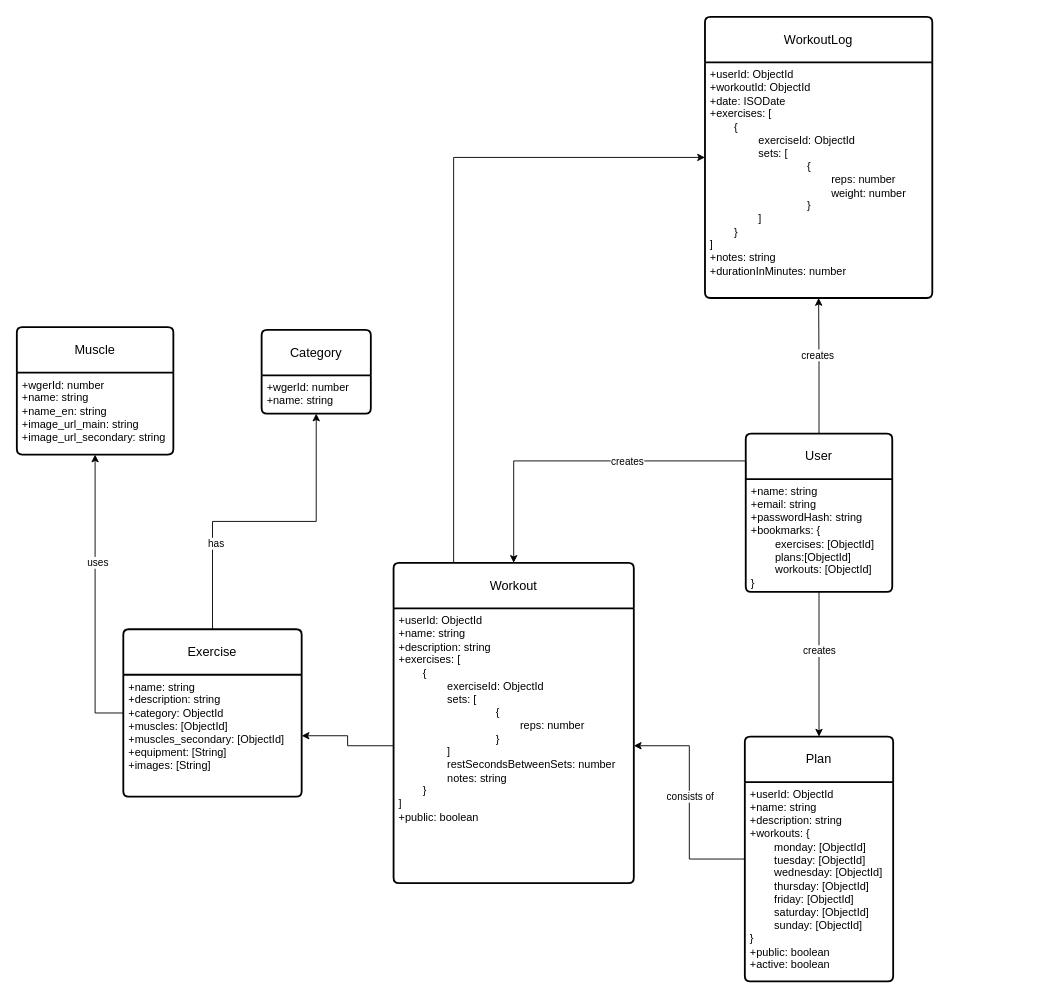
GitteV-2159432/BackendProjectAssignment keeps this draw.io diagram as WorkoutTracker.drawio. Above is the earlier version. Source tidied: cells renumbered, new cells numbered last; positions are measured from the earlier drawing's top-left corner, leaving out a move shared by most shapes. Both pictures are drawn from the tidied source at 91%, with x=0, y=0 at pixel (16, 16).
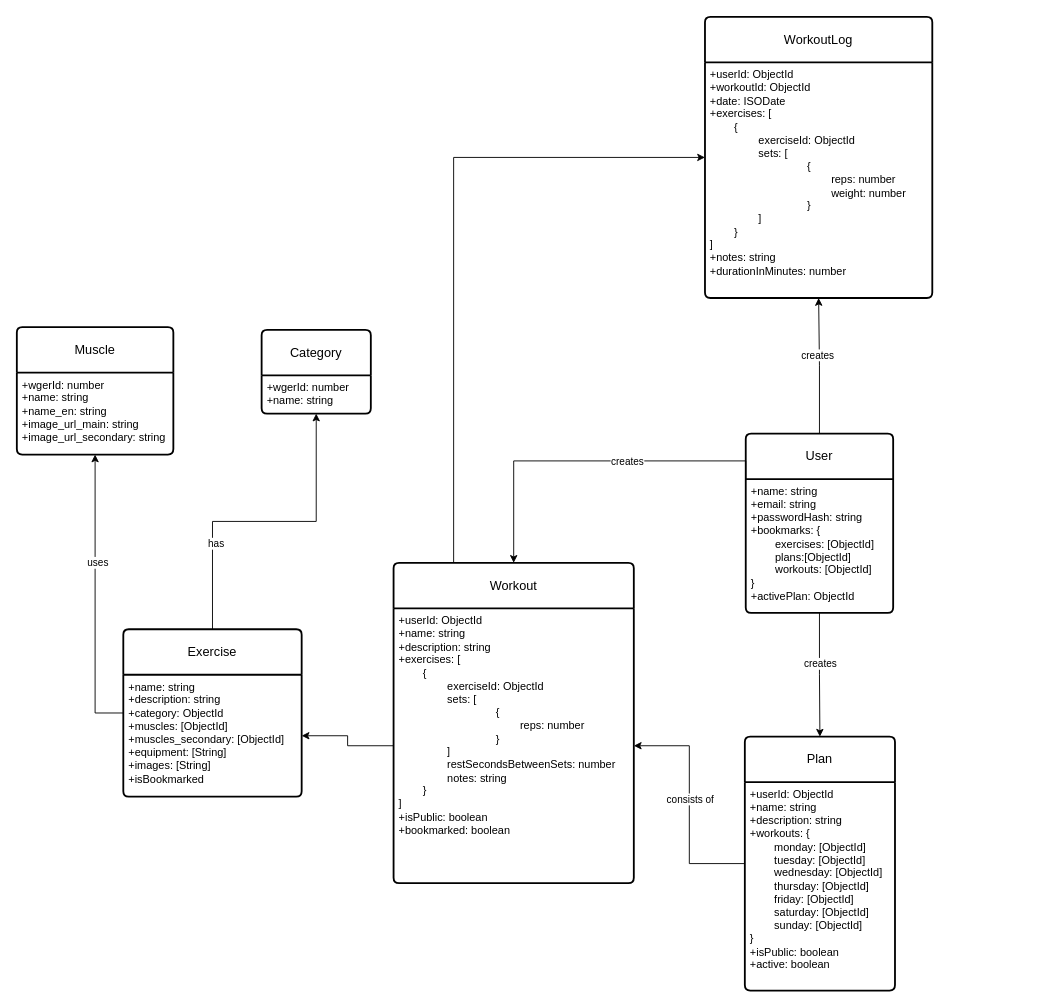
Above is the later version.

Commit message (it also covers changes not shown here):
feat(changes) - changes schema again -updates drawio -updates seed -updates generic-service

Unchanged cells that the change refers to:
```xml
<mxCell id="11" value="Workout" style="swimlane;horizontal=1;startSize=50;rounded=1;fontSize=14;fontStyle=0;strokeWidth=2;shadow=0;dashed=0;align=center;arcSize=4;whiteSpace=wrap;html=1;" parent="1" vertex="1">
  <mxGeometry x="414" y="600" width="264" height="352" as="geometry" />
</mxCell>
<mxCell id="23" value="Exercise" style="swimlane;horizontal=1;startSize=50;rounded=1;fontSize=14;fontStyle=0;strokeWidth=2;shadow=0;dashed=0;align=center;arcSize=4;whiteSpace=wrap;html=1;" parent="1" vertex="1">
  <mxGeometry x="117" y="673" width="196" height="184" as="geometry" />
</mxCell>
```

The edit, as a diff of the source:
```diff
@@
     <mxCell id="4" value="User" style="swimlane;horizontal=1;startSize=50;rounded=1;fontSize=14;fontStyle=0;strokeWidth=2;shadow=0;dashed=0;align=center;arcSize=4;whiteSpace=wrap;html=1;" parent="1" vertex="1">
-      <mxGeometry x="801" y="458" width="161" height="174" as="geometry" />
+      <mxGeometry x="801" y="458" width="162" height="197" as="geometry" />
     </mxCell>
-    <mxCell id="5" value="+name: string&lt;div&gt;+email: string&lt;br&gt;+passwordHash: string&lt;/div&gt;&lt;div&gt;+bookmarks: {&lt;/div&gt;&lt;div&gt;&lt;span style=&quot;white-space: pre;&quot;&gt;&#9;&lt;/span&gt;exercises: [ObjectId]&lt;br&gt;&lt;/div&gt;&lt;div&gt;&lt;span style=&quot;white-space: pre;&quot;&gt;&#9;&lt;/span&gt;plans:[ObjectId]&lt;br&gt;&lt;/div&gt;&lt;div&gt;&lt;span style=&quot;white-space: pre;&quot;&gt;&#9;&lt;/span&gt;workouts: [ObjectId]&lt;br&gt;&lt;/div&gt;&lt;div&gt;}&lt;/div&gt;" style="align=left;strokeColor=none;fillColor=none;spacingLeft=4;fontSize=12;verticalAlign=top;html=1;" parent="4" vertex="1">
-      <mxGeometry y="50" width="161" height="124" as="geometry" />
+    <mxCell id="5" value="+name: string&lt;div&gt;+email: string&lt;br&gt;+passwordHash: string&lt;/div&gt;&lt;div&gt;+bookmarks: {&lt;/div&gt;&lt;div&gt;&lt;span style=&quot;white-space: pre;&quot;&gt;&#9;&lt;/span&gt;exercises: [ObjectId]&lt;br&gt;&lt;/div&gt;&lt;div&gt;&lt;span style=&quot;white-space: pre;&quot;&gt;&#9;&lt;/span&gt;plans:[ObjectId]&lt;br&gt;&lt;/div&gt;&lt;div&gt;&lt;span style=&quot;white-space: pre;&quot;&gt;&#9;&lt;/span&gt;workouts: [ObjectId]&lt;br&gt;&lt;/div&gt;&lt;div&gt;}&lt;/div&gt;&lt;div&gt;+activePlan: ObjectId&lt;/div&gt;" style="align=left;strokeColor=none;fillColor=none;spacingLeft=4;fontSize=12;verticalAlign=top;html=1;" parent="4" vertex="1">
+      <mxGeometry y="50" width="162" height="147" as="geometry" />
     </mxCell>
@@
     <mxCell id="8" value="Plan" style="swimlane;horizontal=1;startSize=50;rounded=1;fontSize=14;fontStyle=0;strokeWidth=2;shadow=0;dashed=0;align=center;arcSize=4;whiteSpace=wrap;html=1;" parent="1" vertex="1">
-      <mxGeometry x="800" y="791" width="163" height="269" as="geometry" />
+      <mxGeometry x="800" y="791" width="165" height="279" as="geometry" />
     </mxCell>
-    <mxCell id="9" value="+userId: ObjectId&lt;br&gt;+name: string&amp;nbsp;&lt;div&gt;+description: string&lt;br&gt;&lt;div&gt;+workouts: {&lt;/div&gt;&lt;div&gt;&lt;span style=&quot;white-space: pre;&quot;&gt;&#9;&lt;/span&gt;monday: [ObjectId]&lt;br&gt;&lt;/div&gt;&lt;div&gt;&lt;span style=&quot;white-space: pre;&quot;&gt;&#9;&lt;/span&gt;tuesday: [ObjectId]&lt;br&gt;&lt;/div&gt;&lt;div&gt;&lt;span style=&quot;white-space: pre;&quot;&gt;&#9;&lt;/span&gt;wednesday: [ObjectId]&lt;br&gt;&lt;/div&gt;&lt;div&gt;&lt;span style=&quot;white-space: pre;&quot;&gt;&#9;&lt;/span&gt;thursday: [ObjectId]&lt;br&gt;&lt;/div&gt;&lt;div&gt;&lt;span style=&quot;white-space: pre;&quot;&gt;&#9;&lt;/span&gt;friday: [ObjectId]&lt;br&gt;&lt;/div&gt;&lt;div&gt;&lt;span style=&quot;white-space: pre;&quot;&gt;&#9;&lt;/span&gt;saturday: [ObjectId]&lt;br&gt;&lt;/div&gt;&lt;div&gt;&lt;span style=&quot;white-space: pre;&quot;&gt;&#9;&lt;/span&gt;sunday: [ObjectId]&lt;br&gt;&lt;/div&gt;&lt;div&gt;}&lt;/div&gt;&lt;div&gt;+public: boolean&lt;/div&gt;&lt;/div&gt;&lt;div&gt;+active: boolean&lt;/div&gt;" style="align=left;strokeColor=none;fillColor=none;spacingLeft=4;fontSize=12;verticalAlign=top;html=1;" parent="8" vertex="1">
-      <mxGeometry y="50" width="163" height="219" as="geometry" />
+    <mxCell id="9" value="+userId: ObjectId&lt;br&gt;+name: string&amp;nbsp;&lt;div&gt;+description: string&lt;br&gt;&lt;div&gt;+workouts: {&lt;/div&gt;&lt;div&gt;&lt;span style=&quot;white-space: pre;&quot;&gt;&#9;&lt;/span&gt;monday: [ObjectId]&lt;br&gt;&lt;/div&gt;&lt;div&gt;&lt;span style=&quot;white-space: pre;&quot;&gt;&#9;&lt;/span&gt;tuesday: [ObjectId]&lt;br&gt;&lt;/div&gt;&lt;div&gt;&lt;span style=&quot;white-space: pre;&quot;&gt;&#9;&lt;/span&gt;wednesday: [ObjectId]&lt;br&gt;&lt;/div&gt;&lt;div&gt;&lt;span style=&quot;white-space: pre;&quot;&gt;&#9;&lt;/span&gt;thursday: [ObjectId]&lt;br&gt;&lt;/div&gt;&lt;div&gt;&lt;span style=&quot;white-space: pre;&quot;&gt;&#9;&lt;/span&gt;friday: [ObjectId]&lt;br&gt;&lt;/div&gt;&lt;div&gt;&lt;span style=&quot;white-space: pre;&quot;&gt;&#9;&lt;/span&gt;saturday: [ObjectId]&lt;br&gt;&lt;/div&gt;&lt;div&gt;&lt;span style=&quot;white-space: pre;&quot;&gt;&#9;&lt;/span&gt;sunday: [ObjectId]&lt;br&gt;&lt;/div&gt;&lt;div&gt;}&lt;/div&gt;&lt;div&gt;+isPublic: boolean&lt;/div&gt;&lt;/div&gt;&lt;div&gt;+active: boolean&lt;/div&gt;" style="align=left;strokeColor=none;fillColor=none;spacingLeft=4;fontSize=12;verticalAlign=top;html=1;" parent="8" vertex="1">
+      <mxGeometry y="50" width="165" height="229" as="geometry" />
     </mxCell>
@@
-    <mxCell id="12" value="+userId: ObjectId&lt;br&gt;+name: string&lt;br&gt;+description: string&lt;div&gt;+exercises: [&lt;/div&gt;&lt;div&gt;&lt;span style=&quot;white-space: pre;&quot;&gt;&#9;&lt;/span&gt;{&lt;/div&gt;&lt;div&gt;&lt;span style=&quot;white-space: pre;&quot;&gt;&#9;&lt;/span&gt;&lt;span style=&quot;white-space: pre;&quot;&gt;&#9;&lt;/span&gt;exerciseId: ObjectId&lt;br&gt;&lt;/div&gt;&lt;div&gt;&lt;span style=&quot;white-space: pre;&quot;&gt;&#9;&lt;/span&gt;&lt;span style=&quot;white-space: pre;&quot;&gt;&#9;&lt;/span&gt;sets: [&lt;span style=&quot;white-space: pre;&quot;&gt;&#9;&lt;/span&gt;&lt;/div&gt;&lt;div&gt;&lt;span style=&quot;white-space: pre;&quot;&gt;&#9;&lt;/span&gt;&lt;span style=&quot;white-space: pre;&quot;&gt;&#9;&lt;/span&gt;&lt;span style=&quot;white-space: pre;&quot;&gt;&#9;&lt;/span&gt;&lt;span style=&quot;white-space: pre;&quot;&gt;&#9;&lt;/span&gt;{&lt;br&gt;&lt;/div&gt;&lt;div&gt;&lt;span style=&quot;background-color: transparent; color: light-dark(rgb(0, 0, 0), rgb(255, 255, 255));&quot;&gt;&lt;span style=&quot;white-space: pre;&quot;&gt;&#9;&lt;/span&gt;&lt;span style=&quot;white-space: pre;&quot;&gt;&#9;&lt;/span&gt;&lt;span style=&quot;white-space: pre;&quot;&gt;&#9;&lt;/span&gt;&lt;span style=&quot;white-space: pre;&quot;&gt;&#9;&lt;span style=&quot;white-space: pre;&quot;&gt;&#9;&lt;/span&gt;&lt;/span&gt;reps: number&lt;/span&gt;&lt;/div&gt;&lt;div&gt;&lt;span style=&quot;white-space: pre;&quot;&gt;&#9;&lt;/span&gt;&lt;span style=&quot;white-space: pre;&quot;&gt;&#9;&lt;/span&gt;&lt;span style=&quot;white-space: pre;&quot;&gt;&#9;&lt;/span&gt;&lt;span style=&quot;white-space: pre;&quot;&gt;&#9;&lt;/span&gt;}&lt;br&gt;&lt;/div&gt;&lt;div&gt;&lt;span style=&quot;white-space: pre;&quot;&gt;&#9;&lt;/span&gt;&lt;span style=&quot;white-space: pre;&quot;&gt;&#9;&lt;/span&gt;]&lt;br&gt;&lt;/div&gt;&lt;div&gt;&lt;span style=&quot;white-space: pre;&quot;&gt;&#9;&lt;/span&gt;&lt;span style=&quot;white-space: pre;&quot;&gt;&#9;&lt;/span&gt;&lt;span style=&quot;background-color: transparent; color: light-dark(rgb(0, 0, 0), rgb(255, 255, 255));&quot;&gt;restSecondsBetweenSets: number&lt;/span&gt;&lt;br&gt;&lt;/div&gt;&lt;div&gt;&lt;span style=&quot;white-space: pre;&quot;&gt;&#9;&lt;/span&gt;&lt;span style=&quot;white-space: pre;&quot;&gt;&#9;&lt;/span&gt;notes: string&lt;br&gt;&lt;/div&gt;&lt;div&gt;&lt;span style=&quot;white-space: pre;&quot;&gt;&#9;&lt;/span&gt;}&lt;br&gt;&lt;/div&gt;&lt;div&gt;]&lt;/div&gt;&lt;div&gt;+public: boolean&lt;/div&gt;" style="align=left;strokeColor=none;fillColor=none;spacingLeft=4;fontSize=12;verticalAlign=top;html=1;" parent="11" vertex="1">
+    <mxCell id="12" value="+userId: ObjectId&lt;br&gt;+name: string&lt;br&gt;+description: string&lt;div&gt;+exercises: [&lt;/div&gt;&lt;div&gt;&lt;span style=&quot;white-space: pre;&quot;&gt;&#9;&lt;/span&gt;{&lt;/div&gt;&lt;div&gt;&lt;span style=&quot;white-space: pre;&quot;&gt;&#9;&lt;/span&gt;&lt;span style=&quot;white-space: pre;&quot;&gt;&#9;&lt;/span&gt;exerciseId: ObjectId&lt;br&gt;&lt;/div&gt;&lt;div&gt;&lt;span style=&quot;white-space: pre;&quot;&gt;&#9;&lt;/span&gt;&lt;span style=&quot;white-space: pre;&quot;&gt;&#9;&lt;/span&gt;sets: [&lt;span style=&quot;white-space: pre;&quot;&gt;&#9;&lt;/span&gt;&lt;/div&gt;&lt;div&gt;&lt;span style=&quot;white-space: pre;&quot;&gt;&#9;&lt;/span&gt;&lt;span style=&quot;white-space: pre;&quot;&gt;&#9;&lt;/span&gt;&lt;span style=&quot;white-space: pre;&quot;&gt;&#9;&lt;/span&gt;&lt;span style=&quot;white-space: pre;&quot;&gt;&#9;&lt;/span&gt;{&lt;br&gt;&lt;/div&gt;&lt;div&gt;&lt;span style=&quot;background-color: transparent; color: light-dark(rgb(0, 0, 0), rgb(255, 255, 255));&quot;&gt;&lt;span style=&quot;white-space: pre;&quot;&gt;&#9;&lt;/span&gt;&lt;span style=&quot;white-space: pre;&quot;&gt;&#9;&lt;/span&gt;&lt;span style=&quot;white-space: pre;&quot;&gt;&#9;&lt;/span&gt;&lt;span style=&quot;white-space: pre;&quot;&gt;&#9;&lt;span style=&quot;white-space: pre;&quot;&gt;&#9;&lt;/span&gt;&lt;/span&gt;reps: number&lt;/span&gt;&lt;/div&gt;&lt;div&gt;&lt;span style=&quot;white-space: pre;&quot;&gt;&#9;&lt;/span&gt;&lt;span style=&quot;white-space: pre;&quot;&gt;&#9;&lt;/span&gt;&lt;span style=&quot;white-space: pre;&quot;&gt;&#9;&lt;/span&gt;&lt;span style=&quot;white-space: pre;&quot;&gt;&#9;&lt;/span&gt;}&lt;br&gt;&lt;/div&gt;&lt;div&gt;&lt;span style=&quot;white-space: pre;&quot;&gt;&#9;&lt;/span&gt;&lt;span style=&quot;white-space: pre;&quot;&gt;&#9;&lt;/span&gt;]&lt;br&gt;&lt;/div&gt;&lt;div&gt;&lt;span style=&quot;white-space: pre;&quot;&gt;&#9;&lt;/span&gt;&lt;span style=&quot;white-space: pre;&quot;&gt;&#9;&lt;/span&gt;&lt;span style=&quot;background-color: transparent; color: light-dark(rgb(0, 0, 0), rgb(255, 255, 255));&quot;&gt;restSecondsBetweenSets: number&lt;/span&gt;&lt;br&gt;&lt;/div&gt;&lt;div&gt;&lt;span style=&quot;white-space: pre;&quot;&gt;&#9;&lt;/span&gt;&lt;span style=&quot;white-space: pre;&quot;&gt;&#9;&lt;/span&gt;notes: string&lt;br&gt;&lt;/div&gt;&lt;div&gt;&lt;span style=&quot;white-space: pre;&quot;&gt;&#9;&lt;/span&gt;}&lt;br&gt;&lt;/div&gt;&lt;div&gt;]&lt;/div&gt;&lt;div&gt;+isPublic: boolean&lt;/div&gt;&lt;div&gt;+bookmarked: boolean&lt;/div&gt;" style="align=left;strokeColor=none;fillColor=none;spacingLeft=4;fontSize=12;verticalAlign=top;html=1;" parent="11" vertex="1">
       <mxGeometry y="50" width="264" height="302" as="geometry" />
     </mxCell>
@@
-    <mxCell id="24" value="+name: string&lt;br&gt;+description: string&lt;br&gt;&lt;div&gt;+category: ObjectId&lt;/div&gt;&lt;div&gt;+muscles: [ObjectId]&lt;/div&gt;&lt;div&gt;+muscles_secondary: [ObjectId]&lt;/div&gt;&lt;div&gt;+equipment: [String]&lt;/div&gt;&lt;div&gt;+images: [String]&lt;/div&gt;" style="align=left;strokeColor=none;fillColor=none;spacingLeft=4;fontSize=12;verticalAlign=top;html=1;" parent="23" vertex="1">
+    <mxCell id="24" value="+name: string&lt;br&gt;+description: string&lt;br&gt;&lt;div&gt;+category: ObjectId&lt;/div&gt;&lt;div&gt;+muscles: [ObjectId]&lt;/div&gt;&lt;div&gt;+muscles_secondary: [ObjectId]&lt;/div&gt;&lt;div&gt;+equipment: [String]&lt;/div&gt;&lt;div&gt;+images: [String]&lt;/div&gt;&lt;div&gt;+isBookmarked&lt;/div&gt;" style="align=left;strokeColor=none;fillColor=none;spacingLeft=4;fontSize=12;verticalAlign=top;html=1;" parent="23" vertex="1">
       <mxGeometry y="50" width="196" height="134" as="geometry" />
     </mxCell>
```
